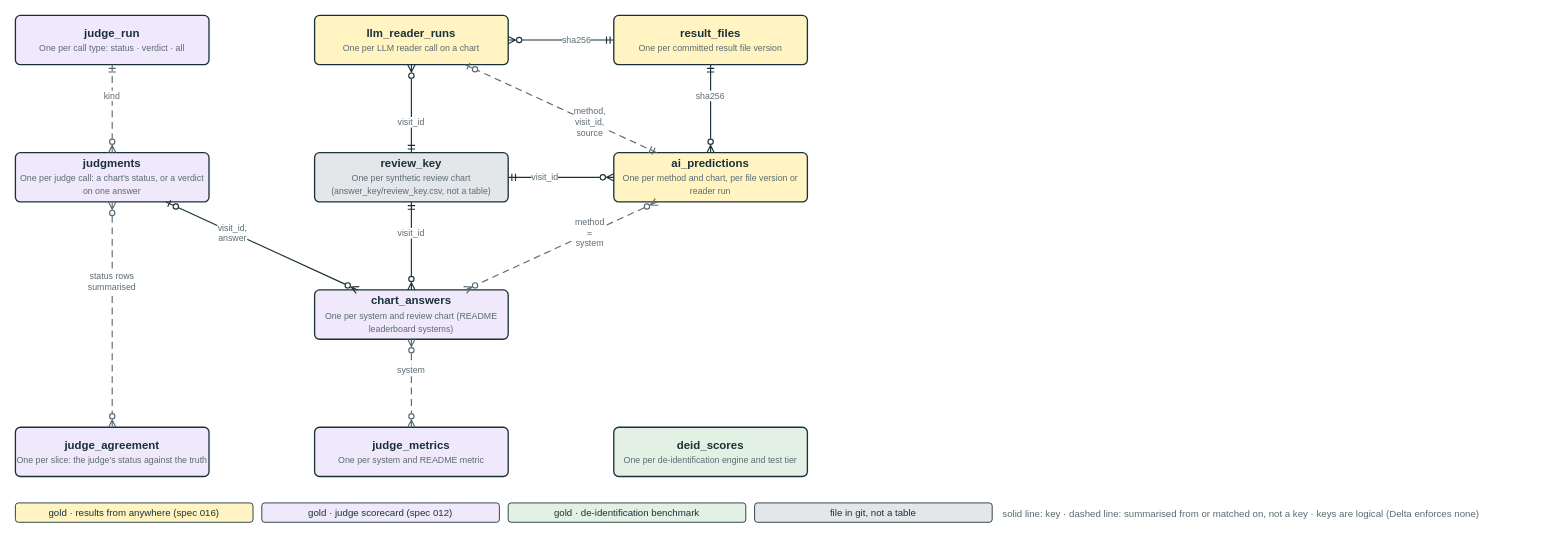
Earlier version of the draw.io diagram diagrams/gold/source/gold_data_model_entity.drawio (Health-Transformation-Lab/health-transformation-lab-nlp). Source tidied: cells renumbered, new cells numbered last; positions are measured from the earlier drawing's top-left corner, leaving out a move shared by most shapes. Both pictures are drawn from the tidied source at 88%, with x=0, y=0 at pixel (15, 15).
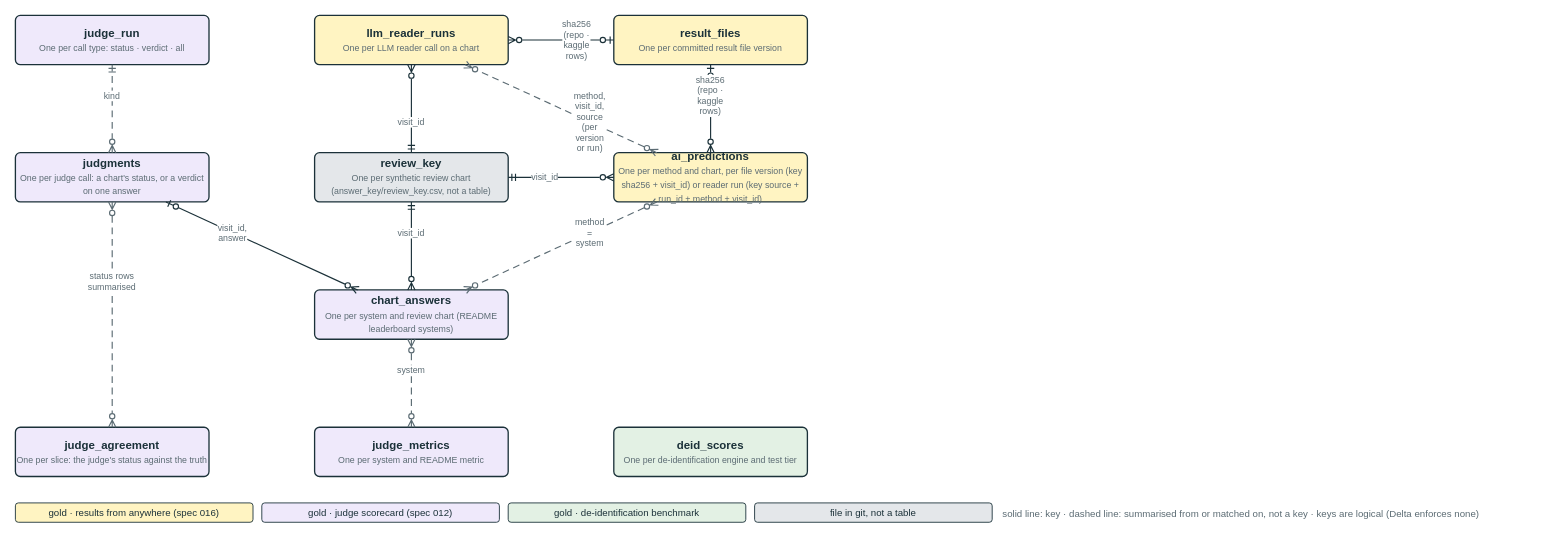
Above is the later version.

Unchanged cells that the change refers to:
```xml
<mxCell id="3" value="&lt;b&gt;llm_reader_runs&lt;/b&gt;&lt;br&gt;&lt;span style='font-size:10px;color:#5B6B73'&gt;One per LLM reader call on a chart&lt;/span&gt;" style="fontFamily=Helvetica;html=1;whiteSpace=wrap;rounded=1;arcSize=10;strokeColor=#1B3139;strokeWidth=1.5;fontColor=#1B3139;fontSize=13;fillColor=#FFF4C2;" parent="1" vertex="1">
  <mxGeometry x="340" width="220" height="56" as="geometry" />
</mxCell>
<mxCell id="4" value="&lt;b&gt;result_files&lt;/b&gt;&lt;br&gt;&lt;span style='font-size:10px;color:#5B6B73'&gt;One per committed result file version&lt;/span&gt;" style="fontFamily=Helvetica;html=1;whiteSpace=wrap;rounded=1;arcSize=10;strokeColor=#1B3139;strokeWidth=1.5;fontColor=#1B3139;fontSize=13;fillColor=#FFF4C2;" parent="1" vertex="1">
  <mxGeometry x="680" width="220" height="56" as="geometry" />
</mxCell>
```

The edit, as a diff of the source:
```diff
@@
-    <mxCell id="7" value="&lt;b&gt;ai_predictions&lt;/b&gt;&lt;br&gt;&lt;span style='font-size:10px;color:#5B6B73'&gt;One per method and chart, per file version or reader run&lt;/span&gt;" style="fontFamily=Helvetica;html=1;whiteSpace=wrap;rounded=1;arcSize=10;strokeColor=#1B3139;strokeWidth=1.5;fontColor=#1B3139;fontSize=13;fillColor=#FFF4C2;" parent="1" vertex="1">
+    <mxCell id="7" value="&lt;b&gt;ai_predictions&lt;/b&gt;&lt;br&gt;&lt;span style='font-size:10px;color:#5B6B73'&gt;One per method and chart, per file version (key sha256 + visit_id) or reader run (key source + run_id + method + visit_id)&lt;/span&gt;" style="fontFamily=Helvetica;html=1;whiteSpace=wrap;rounded=1;arcSize=10;strokeColor=#1B3139;strokeWidth=1.5;fontColor=#1B3139;fontSize=13;fillColor=#FFF4C2;" parent="1" vertex="1">
       <mxGeometry x="680" y="156" width="220" height="56" as="geometry" />
     </mxCell>
@@
-    <mxCell id="12" value="sha256" style="fontFamily=Helvetica;html=1;whiteSpace=wrap;edgeStyle=none;strokeColor=#1B3139;strokeWidth=1.3;endFill=0;startFill=0;fontSize=10;fontColor=#5B6B73;labelBackgroundColor=#FFFFFF;startArrow=ERmandOne;endArrow=ERzeroToMany;" parent="1" edge="1" source="4" target="7">
+    <mxCell id="12" value="sha256 (repo · kaggle rows)" style="fontFamily=Helvetica;html=1;whiteSpace=wrap;edgeStyle=none;strokeColor=#1B3139;strokeWidth=1.3;endFill=0;startFill=0;fontSize=10;fontColor=#5B6B73;labelBackgroundColor=#FFFFFF;startArrow=ERzeroToOne;endArrow=ERzeroToMany;" parent="1" edge="1" source="4" target="7">
       <mxGeometry x="-0.3" relative="1" as="geometry" />
     </mxCell>
-    <mxCell id="13" value="sha256" style="fontFamily=Helvetica;html=1;whiteSpace=wrap;edgeStyle=none;strokeColor=#1B3139;strokeWidth=1.3;endFill=0;startFill=0;fontSize=10;fontColor=#5B6B73;labelBackgroundColor=#FFFFFF;startArrow=ERmandOne;endArrow=ERzeroToMany;" parent="1" edge="1" source="4" target="3">
+    <mxCell id="13" value="sha256 (repo · kaggle rows)" style="fontFamily=Helvetica;html=1;whiteSpace=wrap;edgeStyle=none;strokeColor=#1B3139;strokeWidth=1.3;endFill=0;startFill=0;fontSize=10;fontColor=#5B6B73;labelBackgroundColor=#FFFFFF;startArrow=ERzeroToOne;endArrow=ERzeroToMany;" parent="1" edge="1" source="4" target="3">
       <mxGeometry x="-0.3" relative="1" as="geometry" />
     </mxCell>
-    <mxCell id="14" value="method, visit_id, source" style="fontFamily=Helvetica;html=1;whiteSpace=wrap;edgeStyle=none;strokeColor=#1B3139;strokeWidth=1.3;endFill=0;startFill=0;fontSize=10;fontColor=#5B6B73;labelBackgroundColor=#FFFFFF;dashed=1;dashPattern=6 4;strokeColor=#5B6B73;startArrow=ERmandOne;endArrow=ERzeroToOne;" parent="1" edge="1" source="7" target="3">
+    <mxCell id="14" value="method, visit_id, source (per version or run)" style="fontFamily=Helvetica;html=1;whiteSpace=wrap;edgeStyle=none;strokeColor=#1B3139;strokeWidth=1.3;endFill=0;startFill=0;fontSize=10;fontColor=#5B6B73;labelBackgroundColor=#FFFFFF;dashed=1;dashPattern=6 4;strokeColor=#5B6B73;startArrow=ERzeroToMany;endArrow=ERzeroToMany;" parent="1" edge="1" source="7" target="3">
       <mxGeometry x="-0.3" relative="1" as="geometry" />
     </mxCell>
```
